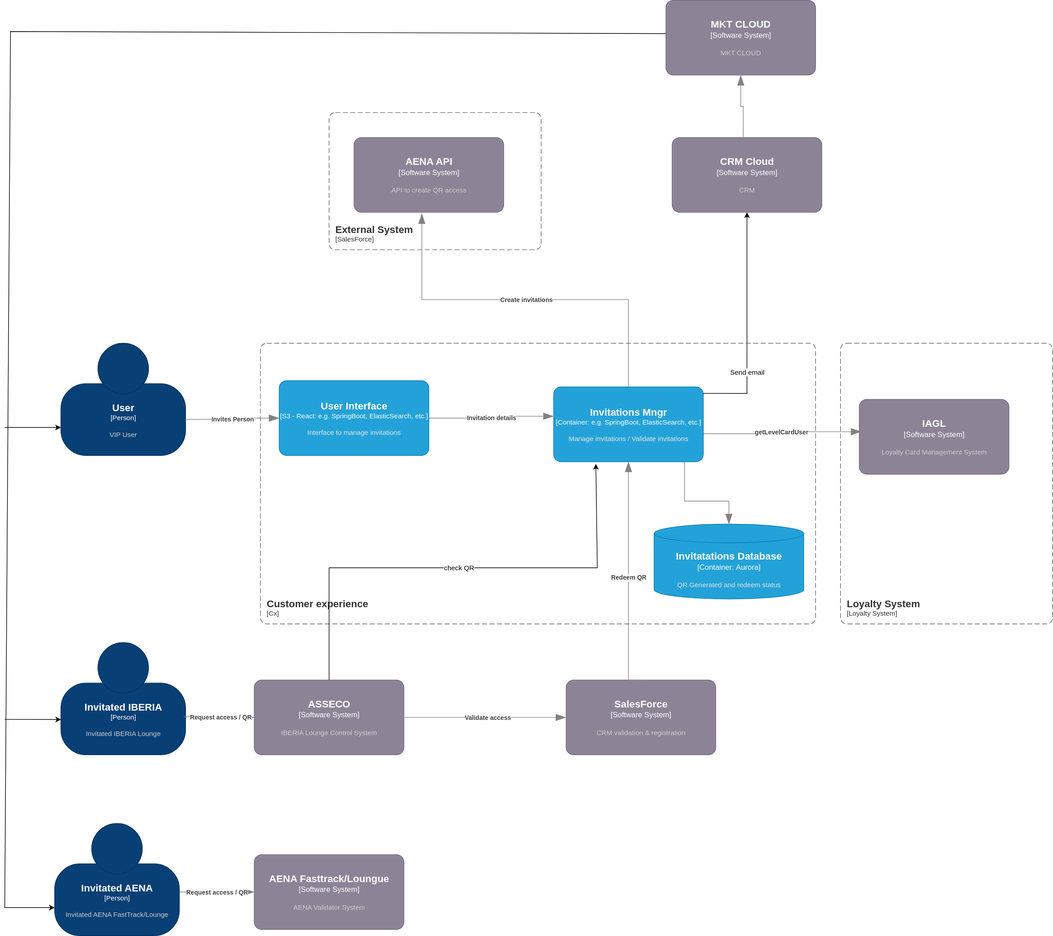
Above: docs/src/diagrams/Invitation-C4-L2-Strategic.svg in Iberia-Ent/customer--customer-experience--invitation-to-vip-lounges--design (draw.io), before the change. Source tidied: cells renumbered, new cells last; positions are measured from the earlier drawing's top-left corner, leaving out a move shared by most shapes.
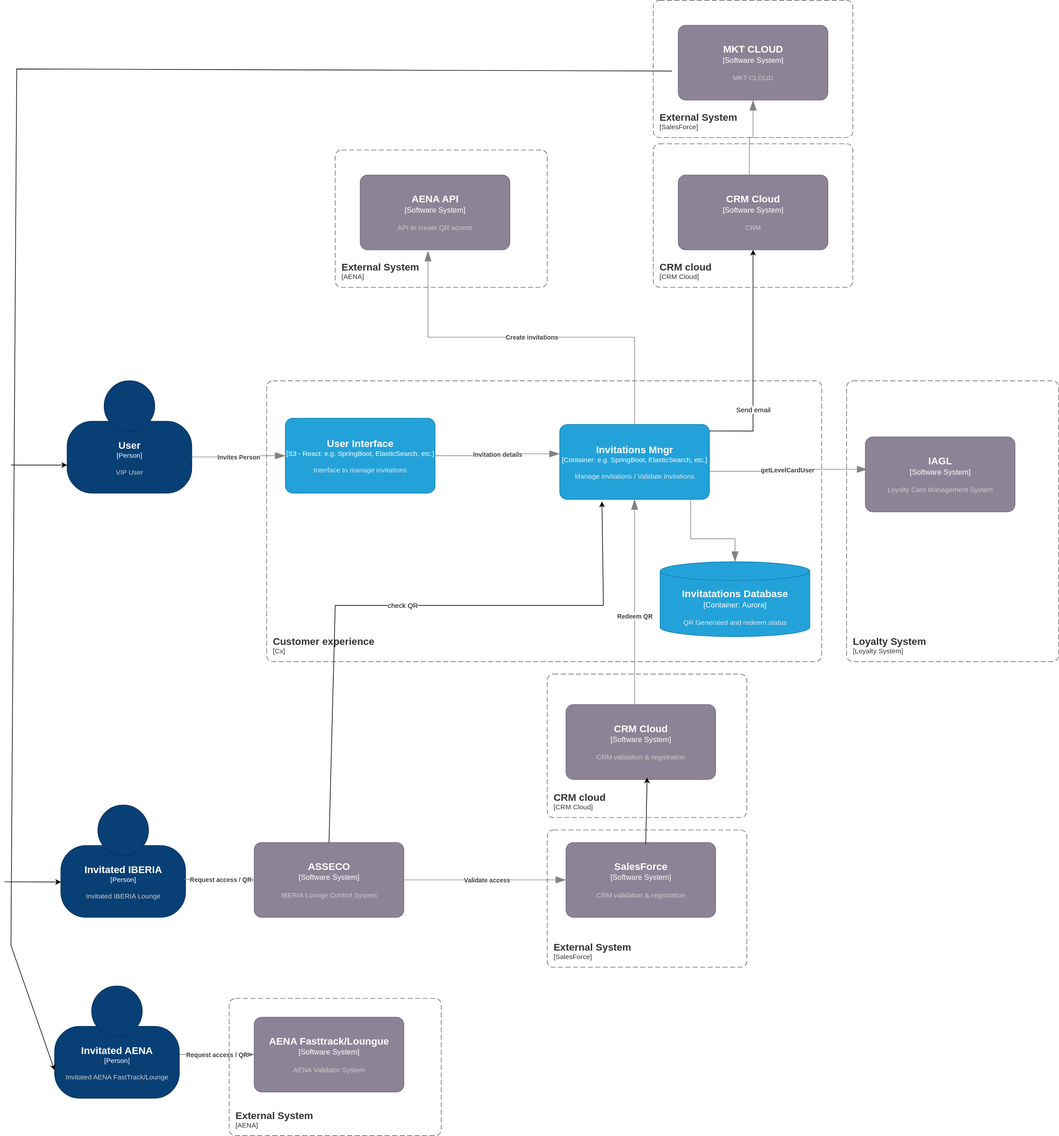
The same file after the commit.

Change to the diagram source:
```diff
@@ -34,7 +34,7 @@
     </object>
     <object id="7" label="&lt;font style=&quot;font-size: 16px&quot;&gt;&lt;b&gt;%c4Name%&lt;/b&gt;&lt;/font&gt;&lt;div&gt;[%c4Type%]&lt;/div&gt;&lt;br&gt;&lt;div&gt;&lt;font style=&quot;font-size: 11px&quot;&gt;&lt;font color=&quot;#cccccc&quot;&gt;%c4Description%&lt;/font&gt;&lt;/div&gt;" c4Description="AENA Validator System" c4Name="AENA Fasttrack/Loungue" c4Type="Software System" placeholders="1">
       <mxCell style="rounded=1;whiteSpace=wrap;html=1;labelBackgroundColor=none;fillColor=#8C8496;fontColor=#ffffff;align=center;arcSize=10;strokeColor=#736782;points=[[0.25,0,0],[0.5,0,0],[0.75,0,0],[1,0.25,0],[1,0.5,0],[1,0.75,0],[0.75,1,0],[0.5,1,0],[0.25,1,0],[0,0.75,0],[0,0.5,0],[0,0.25,0]];" parent="1" vertex="1">
-        <mxGeometry x="400" y="1370" width="240" height="120" as="geometry" />
+        <mxGeometry x="390" y="1570" width="240" height="120" as="geometry" />
       </mxCell>
     </object>
     <object id="8" label="&lt;div style=&quot;text-align: left&quot;&gt;&lt;div style=&quot;text-align: center&quot;&gt;&lt;b&gt;%c4Description%&lt;/b&gt;&lt;/div&gt;" c4Description="Request access / QR" c4Type="Relationship" placeholders="1">
@@ -44,17 +44,17 @@
     </object>
     <object id="9" label="&lt;font style=&quot;font-size: 16px&quot;&gt;&lt;b&gt;%c4Name%&lt;/b&gt;&lt;/font&gt;&lt;div&gt;[%c4Type%]&lt;/div&gt;&lt;br&gt;&lt;div&gt;&lt;font style=&quot;font-size: 11px&quot;&gt;&lt;font color=&quot;#cccccc&quot;&gt;%c4Description%&lt;/font&gt;&lt;/div&gt;" c4Description="Invitated IBERIA Lounge" c4Name="Invitated IBERIA&#10;" c4Type="Person" placeholders="1">
       <mxCell style="html=1;fontSize=11;dashed=0;whiteSpace=wrap;fillColor=#083F75;strokeColor=#06315C;fontColor=#ffffff;shape=mxgraph.c4.person2;align=center;points=[[0.5,0,0],[1,0.5,0],[1,0.75,0],[0.75,1,0],[0.5,1,0],[0.25,1,0],[0,0.75,0],[0,0.5,0]];" parent="1" vertex="1">
-        <mxGeometry x="90" y="1030" width="200" height="180" as="geometry" />
+        <mxGeometry x="80" y="1230" width="200" height="180" as="geometry" />
       </mxCell>
     </object>
     <object id="10" label="&lt;font style=&quot;font-size: 16px&quot;&gt;&lt;b&gt;%c4Name%&lt;/b&gt;&lt;/font&gt;&lt;div&gt;[%c4Type%]&lt;/div&gt;&lt;br&gt;&lt;div&gt;&lt;font style=&quot;font-size: 11px&quot;&gt;&lt;font color=&quot;#cccccc&quot;&gt;%c4Description%&lt;/font&gt;&lt;/div&gt;" c4Description="Invitated AENA FastTrack/Lounge" c4Name="Invitated AENA" c4Type="Person" placeholders="1">
       <mxCell style="html=1;fontSize=11;dashed=0;whiteSpace=wrap;fillColor=#083F75;strokeColor=#06315C;fontColor=#ffffff;shape=mxgraph.c4.person2;align=center;points=[[0.5,0,0],[1,0.5,0],[1,0.75,0],[0.75,1,0],[0.5,1,0],[0.25,1,0],[0,0.75,0],[0,0.5,0]];" parent="1" vertex="1">
-        <mxGeometry x="80" y="1320" width="200" height="180" as="geometry" />
+        <mxGeometry x="70" y="1520" width="200" height="180" as="geometry" />
       </mxCell>
     </object>
     <object id="11" label="&lt;font style=&quot;font-size: 16px&quot;&gt;&lt;b&gt;%c4Name%&lt;/b&gt;&lt;/font&gt;&lt;div&gt;[%c4Type%]&lt;/div&gt;&lt;br&gt;&lt;div&gt;&lt;font style=&quot;font-size: 11px&quot;&gt;&lt;font color=&quot;#cccccc&quot;&gt;%c4Description%&lt;/font&gt;&lt;/div&gt;" c4Description="IBERIA Lounge Control System" c4Name="ASSECO" c4Type="Software System" placeholders="1">
       <mxCell style="rounded=1;whiteSpace=wrap;html=1;labelBackgroundColor=none;fillColor=#8C8496;fontColor=#ffffff;align=center;arcSize=10;strokeColor=#736782;points=[[0.25,0,0],[0.5,0,0],[0.75,0,0],[1,0.25,0],[1,0.5,0],[1,0.75,0],[0.75,1,0],[0.5,1,0],[0.25,1,0],[0,0.75,0],[0,0.5,0],[0,0.25,0]];" parent="1" vertex="1">
-        <mxGeometry x="400" y="1090" width="240" height="120" as="geometry" />
+        <mxGeometry x="390" y="1290" width="240" height="120" as="geometry" />
       </mxCell>
     </object>
     <object id="12" label="&lt;div style=&quot;text-align: left&quot;&gt;&lt;div style=&quot;text-align: center&quot;&gt;&lt;b&gt;%c4Description%&lt;/b&gt;&lt;/div&gt;" c4Description="Request access / QR" c4Type="Relationship" placeholders="1">
@@ -71,7 +71,7 @@
     </object>
     <object id="14" label="&lt;font style=&quot;font-size: 16px&quot;&gt;&lt;b&gt;%c4Name%&lt;/b&gt;&lt;/font&gt;&lt;div&gt;[%c4Type%]&lt;/div&gt;&lt;br&gt;&lt;div&gt;&lt;font style=&quot;font-size: 11px&quot;&gt;&lt;font color=&quot;#cccccc&quot;&gt;%c4Description%&lt;/font&gt;&lt;/div&gt;" c4Description="CRM validation &amp; registration " c4Name="SalesForce" c4Type="Software System" placeholders="1">
       <mxCell style="rounded=1;whiteSpace=wrap;html=1;labelBackgroundColor=none;fillColor=#8C8496;fontColor=#ffffff;align=center;arcSize=10;strokeColor=#736782;points=[[0.25,0,0],[0.5,0,0],[0.75,0,0],[1,0.25,0],[1,0.5,0],[1,0.75,0],[0.75,1,0],[0.5,1,0],[0.25,1,0],[0,0.75,0],[0,0.5,0],[0,0.25,0]];" parent="1" vertex="1">
-        <mxGeometry x="900" y="1090" width="240" height="120" as="geometry" />
+        <mxGeometry x="890" y="1290" width="240" height="120" as="geometry" />
       </mxCell>
     </object>
     <object id="15" label="&lt;div style=&quot;text-align: left&quot;&gt;&lt;div style=&quot;text-align: center&quot;&gt;&lt;b&gt;%c4Description%&lt;/b&gt;&lt;/div&gt;" c4Description="Validate access" c4Type="Relationship" placeholders="1">
@@ -82,9 +82,10 @@
       </mxCell>
     </object>
     <object id="16" label="&lt;div style=&quot;text-align: left&quot;&gt;&lt;div style=&quot;text-align: center&quot;&gt;&lt;b&gt;%c4Description%&lt;/b&gt;&lt;/div&gt;" c4Description="Redeem QR" c4Type="Relationship" placeholders="1">
-      <mxCell style="endArrow=blockThin;html=1;fontSize=10;fontColor=#404040;strokeWidth=1;endFill=1;strokeColor=#828282;elbow=vertical;endSize=14;startSize=14;jumpStyle=arc;jumpSize=16;rounded=0;edgeStyle=orthogonalEdgeStyle;exitX=0.5;exitY=0;exitDx=0;exitDy=0;exitPerimeter=0;" parent="1" edge="1" source="14" target="22">
+      <mxCell style="endArrow=blockThin;html=1;fontSize=10;fontColor=#404040;strokeWidth=1;endFill=1;strokeColor=#828282;elbow=vertical;endSize=14;startSize=14;jumpStyle=arc;jumpSize=16;rounded=0;edgeStyle=orthogonalEdgeStyle;exitX=0.454;exitY=-0.008;exitDx=0;exitDy=0;exitPerimeter=0;" parent="1" edge="1" source="33" target="22">
         <mxGeometry relative="1" as="geometry">
           <Array as="points">
+            <mxPoint x="999" y="1090" />
             <mxPoint x="1000" y="1090" />
           </Array>
         </mxGeometry>
@@ -120,7 +121,7 @@
     </object>
     <object id="21" label="&lt;font style=&quot;font-size: 16px&quot;&gt;&lt;b&gt;%c4Name%&lt;/b&gt;&lt;/font&gt;&lt;div&gt;[%c4Type%]&lt;/div&gt;&lt;br&gt;&lt;div&gt;&lt;font style=&quot;font-size: 11px&quot;&gt;&lt;font color=&quot;#cccccc&quot;&gt;%c4Description%&lt;/font&gt;&lt;/div&gt;" c4Description="MKT CLOUD" c4Name="MKT CLOUD" c4Type="Software System" placeholders="1">
       <mxCell style="rounded=1;whiteSpace=wrap;html=1;labelBackgroundColor=none;fillColor=#8C8496;fontColor=#ffffff;align=center;arcSize=10;strokeColor=#736782;points=[[0.25,0,0],[0.5,0,0],[0.75,0,0],[1,0.25,0],[1,0.5,0],[1,0.75,0],[0.75,1,0],[0.5,1,0],[0.25,1,0],[0,0.75,0],[0,0.5,0],[0,0.25,0]];" parent="1" vertex="1">
-        <mxGeometry x="1060" width="240" height="120" as="geometry" />
+        <mxGeometry x="1070" y="-20" width="240" height="120" as="geometry" />
       </mxCell>
     </object>
     <object id="22" label="&lt;font style=&quot;font-size: 16px&quot;&gt;&lt;b&gt;%c4Name%&lt;/b&gt;&lt;/font&gt;&lt;div&gt;[%c4Type%: %c4Technology%]&lt;/div&gt;&lt;br&gt;&lt;div&gt;&lt;font style=&quot;font-size: 11px&quot;&gt;&lt;font color=&quot;#E6E6E6&quot;&gt;%c4Description%&lt;/font&gt;&lt;/div&gt;" c4Description="Manage invitations / Validate invitations" c4Name="Invitations Mngr" c4Technology="e.g. SpringBoot, ElasticSearch, etc." c4Type="Container" placeholders="1">
@@ -143,7 +144,7 @@
         <mxGeometry x="1340" y="550" width="340" height="450" as="geometry" />
       </mxCell>
     </object>
-    <object id="26" label="&lt;font style=&quot;font-size: 16px&quot;&gt;&lt;b&gt;&lt;div style=&quot;text-align: left&quot;&gt;%c4Name%&lt;/div&gt;&lt;/b&gt;&lt;/font&gt;&lt;div style=&quot;text-align: left&quot;&gt;[%c4Application%]&lt;/div&gt;" c4Application="SalesForce" c4Name="External System" c4Type="SystemScopeBoundary" placeholders="1">
+    <object id="26" label="&lt;font style=&quot;font-size: 16px&quot;&gt;&lt;b&gt;&lt;div style=&quot;text-align: left&quot;&gt;%c4Name%&lt;/div&gt;&lt;/b&gt;&lt;/font&gt;&lt;div style=&quot;text-align: left&quot;&gt;[%c4Application%]&lt;/div&gt;" c4Application="AENA" c4Name="External System" c4Type="SystemScopeBoundary" placeholders="1">
       <mxCell style="rounded=1;fontSize=11;whiteSpace=wrap;html=1;dashed=1;arcSize=20;fillColor=none;strokeColor=#666666;fontColor=#333333;labelBackgroundColor=none;align=left;verticalAlign=bottom;labelBorderColor=none;spacingTop=0;spacing=10;dashPattern=8 4;perimeter=rectanglePerimeter;noLabel=0;labelPadding=0;absoluteArcSize=1;" parent="1" vertex="1">
         <mxGeometry x="520" y="180" width="340" height="220" as="geometry" />
       </mxCell>
@@ -169,7 +170,7 @@
     </mxCell>
     <mxCell id="30" style="endArrow=classic;html=1;rounded=0;entryX=0.001;entryY=0.685;entryDx=0;entryDy=0;entryPerimeter=0;" parent="1" edge="1" target="9">
       <mxGeometry relative="1" as="geometry">
-        <mxPoint y="1153" as="sourcePoint" />
+        <mxPoint x="-10" y="1353" as="sourcePoint" />
       </mxGeometry>
     </mxCell>
     <object id="31" label="&lt;font style=&quot;font-size: 16px&quot;&gt;&lt;b&gt;%c4Name%&lt;/b&gt;&lt;/font&gt;&lt;div&gt;[%c4Type%]&lt;/div&gt;&lt;br&gt;&lt;div&gt;&lt;font style=&quot;font-size: 11px&quot;&gt;&lt;font color=&quot;#cccccc&quot;&gt;%c4Description%&lt;/font&gt;&lt;/div&gt;" c4Description="Loyalty Card Management System" c4Name="IAGL" c4Type="Software System" placeholders="1">
@@ -185,5 +186,38 @@
         </Array>
       </mxGeometry>
     </mxCell>
+    <object id="33" label="&lt;font style=&quot;font-size: 16px&quot;&gt;&lt;b&gt;%c4Name%&lt;/b&gt;&lt;/font&gt;&lt;div&gt;[%c4Type%]&lt;/div&gt;&lt;br&gt;&lt;div&gt;&lt;font style=&quot;font-size: 11px&quot;&gt;&lt;font color=&quot;#cccccc&quot;&gt;%c4Description%&lt;/font&gt;&lt;/div&gt;" c4Description="CRM validation &amp; registration " c4Name="CRM Cloud" c4Type="Software System" placeholders="1">
+      <mxCell style="rounded=1;whiteSpace=wrap;html=1;labelBackgroundColor=none;fillColor=#8C8496;fontColor=#ffffff;align=center;arcSize=10;strokeColor=#736782;points=[[0.25,0,0],[0.5,0,0],[0.75,0,0],[1,0.25,0],[1,0.5,0],[1,0.75,0],[0.75,1,0],[0.5,1,0],[0.25,1,0],[0,0.75,0],[0,0.5,0],[0,0.25,0]];" parent="1" vertex="1">
+        <mxGeometry x="890" y="1069" width="240" height="120" as="geometry" />
+      </mxCell>
+    </object>
+    <mxCell id="34" style="endArrow=classic;html=1;rounded=0;exitX=0.533;exitY=0.017;exitDx=0;exitDy=0;exitPerimeter=0;entryX=0.542;entryY=0.975;entryDx=0;entryDy=0;entryPerimeter=0;" parent="1" edge="1" source="14" target="33">
+      <mxGeometry relative="1" as="geometry" />
+    </mxCell>
+    <object id="35" label="&lt;font style=&quot;font-size: 16px&quot;&gt;&lt;b&gt;&lt;div style=&quot;text-align: left&quot;&gt;%c4Name%&lt;/div&gt;&lt;/b&gt;&lt;/font&gt;&lt;div style=&quot;text-align: left&quot;&gt;[%c4Application%]&lt;/div&gt;" c4Application="CRM Cloud" c4Name="CRM cloud" c4Type="SystemScopeBoundary" placeholders="1">
+      <mxCell style="rounded=1;fontSize=11;whiteSpace=wrap;html=1;dashed=1;arcSize=20;fillColor=none;strokeColor=#666666;fontColor=#333333;labelBackgroundColor=none;align=left;verticalAlign=bottom;labelBorderColor=none;spacingTop=0;spacing=10;dashPattern=8 4;perimeter=rectanglePerimeter;noLabel=0;labelPadding=0;absoluteArcSize=1;" parent="1" vertex="1">
+        <mxGeometry x="1030" y="170" width="320" height="230" as="geometry" />
+      </mxCell>
+    </object>
+    <object id="36" label="&lt;font style=&quot;font-size: 16px&quot;&gt;&lt;b&gt;&lt;div style=&quot;text-align: left&quot;&gt;%c4Name%&lt;/div&gt;&lt;/b&gt;&lt;/font&gt;&lt;div style=&quot;text-align: left&quot;&gt;[%c4Application%]&lt;/div&gt;" c4Application="CRM Cloud" c4Name="CRM cloud" c4Type="SystemScopeBoundary" placeholders="1">
+      <mxCell style="rounded=1;fontSize=11;whiteSpace=wrap;html=1;dashed=1;arcSize=20;fillColor=none;strokeColor=#666666;fontColor=#333333;labelBackgroundColor=none;align=left;verticalAlign=bottom;labelBorderColor=none;spacingTop=0;spacing=10;dashPattern=8 4;perimeter=rectanglePerimeter;noLabel=0;labelPadding=0;absoluteArcSize=1;" parent="1" vertex="1">
+        <mxGeometry x="860" y="1020" width="320" height="230" as="geometry" />
+      </mxCell>
+    </object>
+    <object id="37" label="&lt;font style=&quot;font-size: 16px&quot;&gt;&lt;b&gt;&lt;div style=&quot;text-align: left&quot;&gt;%c4Name%&lt;/div&gt;&lt;/b&gt;&lt;/font&gt;&lt;div style=&quot;text-align: left&quot;&gt;[%c4Application%]&lt;/div&gt;" c4Application="SalesForce" c4Name="External System" c4Type="SystemScopeBoundary" placeholders="1">
+      <mxCell style="rounded=1;fontSize=11;whiteSpace=wrap;html=1;dashed=1;arcSize=20;fillColor=none;strokeColor=#666666;fontColor=#333333;labelBackgroundColor=none;align=left;verticalAlign=bottom;labelBorderColor=none;spacingTop=0;spacing=10;dashPattern=8 4;perimeter=rectanglePerimeter;noLabel=0;labelPadding=0;absoluteArcSize=1;" parent="1" vertex="1">
+        <mxGeometry x="1030" y="-60" width="320" height="220" as="geometry" />
+      </mxCell>
+    </object>
+    <object id="38" label="&lt;font style=&quot;font-size: 16px&quot;&gt;&lt;b&gt;&lt;div style=&quot;text-align: left&quot;&gt;%c4Name%&lt;/div&gt;&lt;/b&gt;&lt;/font&gt;&lt;div style=&quot;text-align: left&quot;&gt;[%c4Application%]&lt;/div&gt;" c4Application="SalesForce" c4Name="External System" c4Type="SystemScopeBoundary" placeholders="1">
+      <mxCell style="rounded=1;fontSize=11;whiteSpace=wrap;html=1;dashed=1;arcSize=20;fillColor=none;strokeColor=#666666;fontColor=#333333;labelBackgroundColor=none;align=left;verticalAlign=bottom;labelBorderColor=none;spacingTop=0;spacing=10;dashPattern=8 4;perimeter=rectanglePerimeter;noLabel=0;labelPadding=0;absoluteArcSize=1;" parent="1" vertex="1">
+        <mxGeometry x="860" y="1270" width="320" height="220" as="geometry" />
+      </mxCell>
+    </object>
+    <object id="39" label="&lt;font style=&quot;font-size: 16px&quot;&gt;&lt;b&gt;&lt;div style=&quot;text-align: left&quot;&gt;%c4Name%&lt;/div&gt;&lt;/b&gt;&lt;/font&gt;&lt;div style=&quot;text-align: left&quot;&gt;[%c4Application%]&lt;/div&gt;" c4Application="AENA" c4Name="External System" c4Type="SystemScopeBoundary" placeholders="1">
+      <mxCell style="rounded=1;fontSize=11;whiteSpace=wrap;html=1;dashed=1;arcSize=20;fillColor=none;strokeColor=#666666;fontColor=#333333;labelBackgroundColor=none;align=left;verticalAlign=bottom;labelBorderColor=none;spacingTop=0;spacing=10;dashPattern=8 4;perimeter=rectanglePerimeter;noLabel=0;labelPadding=0;absoluteArcSize=1;" parent="1" vertex="1">
+        <mxGeometry x="350" y="1540" width="340" height="220" as="geometry" />
+      </mxCell>
+    </object>
   </root>
 </mxGraphModel>
```
